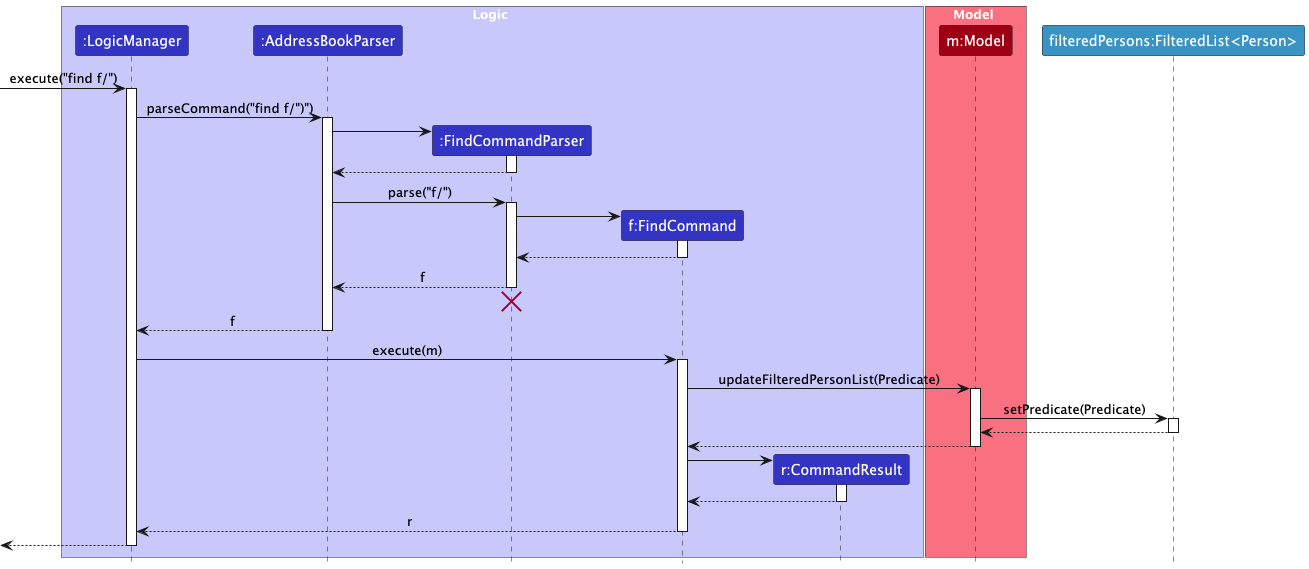
The PlantUML diagram docs/images/FindSequenceDiagram.png in nus-cs2103-AY2425S1/tp, before a commit.
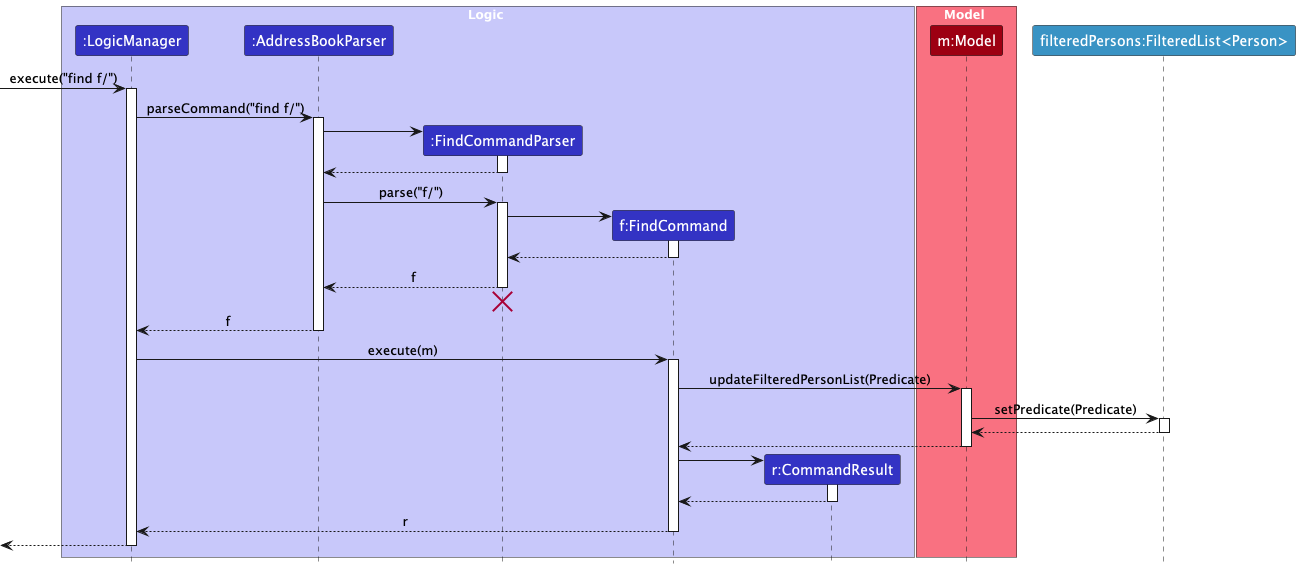
The same diagram one commit later.

Commit message:
Update image for find implementation uml

What changed in the source:
```diff
@@ -20,7 +20,7 @@
 [-> LogicManager : execute("find f/")
 activate LogicManager
 
-LogicManager -> AddressBookParser : parseCommand("find f/")")
+LogicManager -> AddressBookParser : parseCommand("find f/")
 activate AddressBookParser
 
 create FindCommandParser
@@ -63,8 +63,6 @@
 Model --> FindCommand :
 deactivate Model
 
-
-
 create CommandResult
 FindCommand -> CommandResult
 activate CommandResult
@@ -77,10 +75,4 @@
 
 [<--LogicManager
 deactivate LogicManager
-
-
-
-
-
-
 @enduml
```
